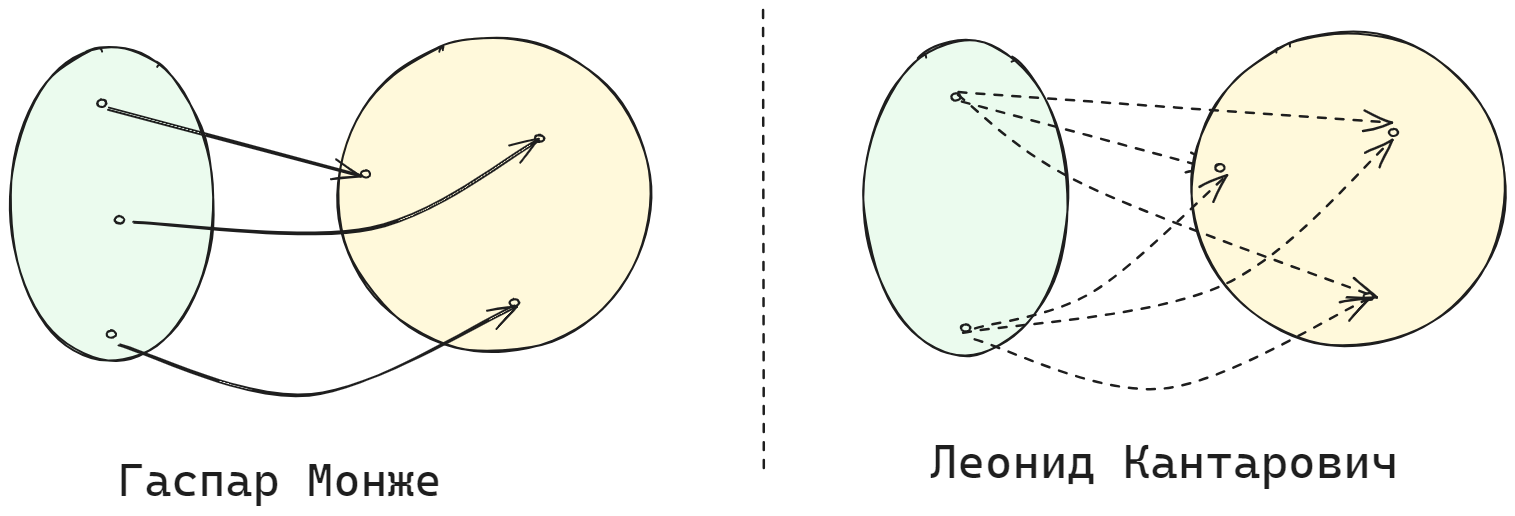
Above: diplom/assets/math/transport/optimal_transport.excalidraw.png in NMashalov/EducationGenerativeModelApplication (Excalidraw), before the change. Source tidied: one line per element, renumbered; positions are measured from the earlier drawing's top-left corner, leaving out a move shared by most shapes.
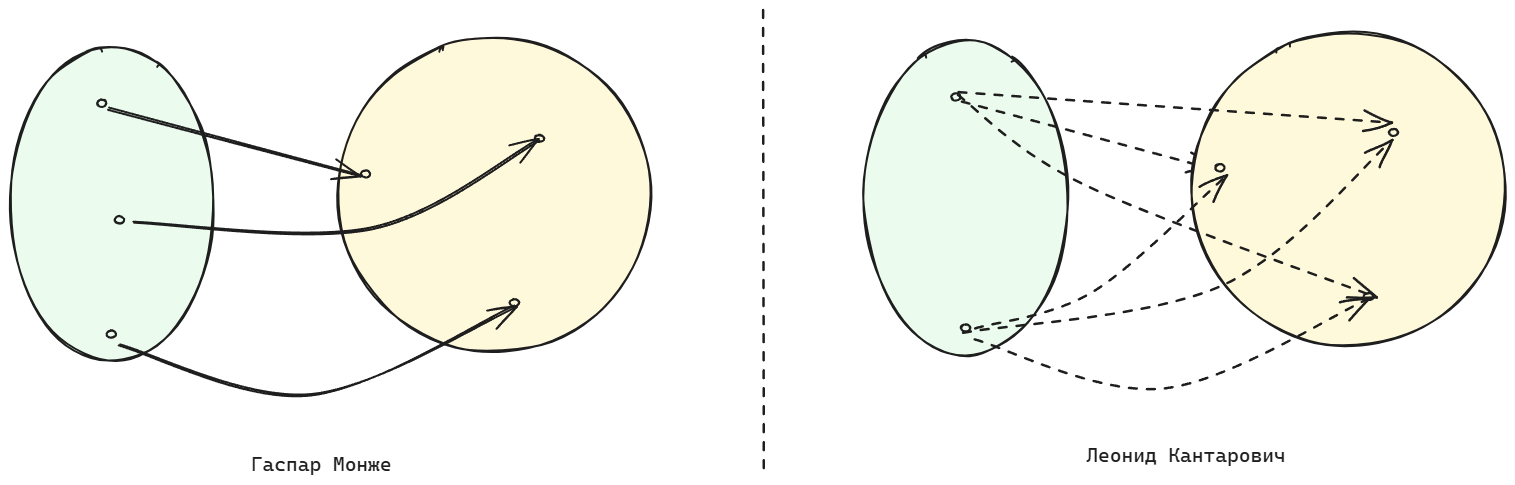
Later version of the same file.

The edit, as a diff of the source:
```diff
@@ -23,5 +23,5 @@
 {"id": 22, "type": "arrow", "strokeColor": "#1e1e1e", "strokeWidth": 2, "strokeStyle": "dashed", "roughness": 1, "endArrowhead": "arrow", "round": true, "to": 19, "x": 949, "y": 84, "width": 418, "height": 202, "points": [[0, 0], [124, 89], [418, 202]]}
 {"id": 23, "type": "arrow", "strokeColor": "#1e1e1e", "strokeWidth": 2, "strokeStyle": "dashed", "roughness": 1, "endArrowhead": "arrow", "round": true, "from": 17, "to": 16, "x": 966, "y": 318, "width": 252, "height": 153, "points": [[0, 0], [118, -36], [252, -153]]}
 {"id": 24, "type": "arrow", "strokeColor": "#1e1e1e", "strokeWidth": 2, "strokeStyle": "dashed", "roughness": 1, "endArrowhead": "arrow", "round": true, "from": 17, "to": 18, "x": 954, "y": 323, "width": 427, "height": 194, "points": [[0, 0], [257, -48], [427, -194]]}
-{"id": 25, "type": "text", "text": "Гаспар Монже", "strokeColor": "#1e1e1e", "strokeWidth": 2, "roughness": 1, "fontSize": 46.06, "fontFamily": 3, "x": 108, "y": 441, "width": 324, "height": 55}
+{"id": 25, "type": "text", "text": "Гаспар Монже", "strokeColor": "#1e1e1e", "strokeWidth": 2, "roughness": 1, "fontSize": 20, "fontFamily": 3, "x": 241, "y": 441, "width": 141, "height": 24}
-{"id": 26, "type": "text", "text": "Леонид Кантарович", "strokeColor": "#1e1e1e", "strokeWidth": 2, "roughness": 1, "fontSize": 47.06, "fontFamily": 3, "x": 920, "y": 422, "width": 469, "height": 56}
+{"id": 26, "type": "text", "text": "Леонид Кантарович", "strokeColor": "#1e1e1e", "strokeWidth": 2, "roughness": 1, "fontSize": 20, "fontFamily": 3, "x": 1076, "y": 433, "width": 199, "height": 24}
```
